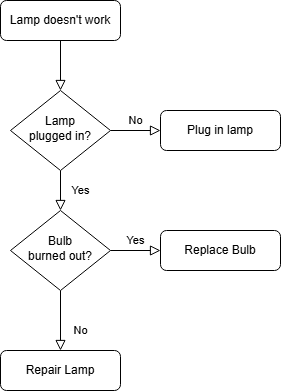
Earlier version of the draw.io export ex24.drawio.png (Scchmidt/Diagramas). Source tidied: cells renumbered, new cells last; positions are measured from the earlier drawing's top-left corner, leaving out a move shared by most shapes.
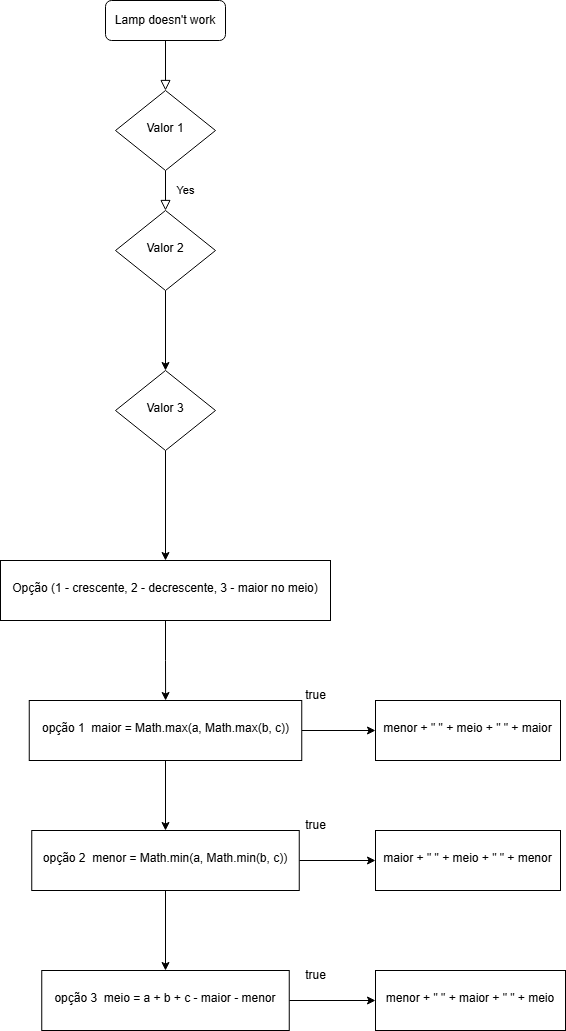
Above is the later version.

Diff of the diagram source:
```diff
@@ -11,29 +11,68 @@
     <mxCell id="4" value="Yes" style="rounded=0;html=1;jettySize=auto;fontSize=11;endArrow=block;endFill=0;endSize=8;strokeWidth=1;shadow=0;labelBackgroundColor=none;edgeStyle=orthogonalEdgeStyle;" parent="1" edge="1" source="6" target="10">
       <mxGeometry y="20" relative="1" as="geometry" />
     </mxCell>
-    <mxCell id="5" value="No" style="edgeStyle=orthogonalEdgeStyle;rounded=0;html=1;jettySize=auto;fontSize=11;endArrow=block;endFill=0;endSize=8;strokeWidth=1;shadow=0;labelBackgroundColor=none;" parent="1" edge="1" source="6" target="7">
-      <mxGeometry y="10" relative="1" as="geometry" />
-    </mxCell>
-    <mxCell id="6" value="Lamp&lt;br&gt;plugged in?" style="rhombus;whiteSpace=wrap;html=1;shadow=0;fontFamily=Helvetica;fontSize=12;align=center;strokeWidth=1;spacing=6;spacingTop=-4;" parent="1" vertex="1">
+    <mxCell id="6" value="Valor 1" style="rhombus;whiteSpace=wrap;html=1;shadow=0;fontFamily=Helvetica;fontSize=12;align=center;strokeWidth=1;spacing=6;spacingTop=-4;" parent="1" vertex="1">
       <mxGeometry x="10" y="90" width="100" height="80" as="geometry" />
     </mxCell>
-    <mxCell id="7" value="Plug in lamp" style="rounded=1;whiteSpace=wrap;html=1;fontSize=12;glass=0;strokeWidth=1;shadow=0;" parent="1" vertex="1">
-      <mxGeometry x="160" y="110" width="120" height="40" as="geometry" />
-    </mxCell>
-    <mxCell id="8" value="No" style="rounded=0;html=1;jettySize=auto;fontSize=11;endArrow=block;endFill=0;endSize=8;strokeWidth=1;shadow=0;labelBackgroundColor=none;edgeStyle=orthogonalEdgeStyle;" parent="1" edge="1" source="10" target="11">
-      <mxGeometry x="0.33" y="20" relative="1" as="geometry" />
-    </mxCell>
-    <mxCell id="9" value="Yes" style="edgeStyle=orthogonalEdgeStyle;rounded=0;html=1;jettySize=auto;fontSize=11;endArrow=block;endFill=0;endSize=8;strokeWidth=1;shadow=0;labelBackgroundColor=none;" parent="1" edge="1" source="10" target="12">
-      <mxGeometry y="10" relative="1" as="geometry" />
-    </mxCell>
+    <mxCell id="13" style="edgeStyle=orthogonalEdgeStyle;rounded=0;jettySize=auto;html=1;" parent="1" edge="1" source="10" target="15">
+      <mxGeometry relative="1" as="geometry" />
+    </mxCell>
-    <mxCell id="10" value="Bulb&lt;br&gt;burned out?" style="rhombus;whiteSpace=wrap;html=1;shadow=0;fontFamily=Helvetica;fontSize=12;align=center;strokeWidth=1;spacing=6;spacingTop=-4;" parent="1" vertex="1">
+    <mxCell id="10" value="Valor 2" style="rhombus;whiteSpace=wrap;html=1;shadow=0;fontFamily=Helvetica;fontSize=12;align=center;strokeWidth=1;spacing=6;spacingTop=-4;" parent="1" vertex="1">
       <mxGeometry x="10" y="210" width="100" height="80" as="geometry" />
     </mxCell>
-    <mxCell id="11" value="Repair Lamp" style="rounded=1;whiteSpace=wrap;html=1;fontSize=12;glass=0;strokeWidth=1;shadow=0;" parent="1" vertex="1">
-      <mxGeometry y="350" width="120" height="40" as="geometry" />
-    </mxCell>
-    <mxCell id="12" value="Replace Bulb" style="rounded=1;whiteSpace=wrap;html=1;fontSize=12;glass=0;strokeWidth=1;shadow=0;" parent="1" vertex="1">
-      <mxGeometry x="160" y="230" width="120" height="40" as="geometry" />
-    </mxCell>
+    <mxCell id="14" style="edgeStyle=orthogonalEdgeStyle;rounded=0;jettySize=auto;html=1;" parent="1" edge="1" source="15" target="17">
+      <mxGeometry relative="1" as="geometry" />
+    </mxCell>
+    <mxCell id="15" value="Valor 3" style="rhombus;whiteSpace=wrap;html=1;shadow=0;fontFamily=Helvetica;fontSize=12;align=center;strokeWidth=1;spacing=6;spacingTop=-4;" parent="1" vertex="1">
+      <mxGeometry x="10" y="370" width="100" height="80" as="geometry" />
+    </mxCell>
+    <mxCell id="16" style="edgeStyle=orthogonalEdgeStyle;rounded=0;jettySize=auto;html=1;" parent="1" edge="1" source="17" target="20">
+      <mxGeometry relative="1" as="geometry" />
+    </mxCell>
+    <mxCell id="17" value="Opção (1 - crescente, 2 - decrescente, 3 - maior no meio)" style="whiteSpace=wrap;html=1;shadow=0;strokeWidth=1;spacing=6;spacingTop=-4;" parent="1" vertex="1">
+      <mxGeometry x="-105" y="560" width="330" height="60" as="geometry" />
+    </mxCell>
+    <mxCell id="18" style="edgeStyle=orthogonalEdgeStyle;rounded=0;jettySize=auto;html=1;" parent="1" edge="1" source="20" target="23">
+      <mxGeometry relative="1" as="geometry" />
+    </mxCell>
+    <mxCell id="19" style="edgeStyle=orthogonalEdgeStyle;rounded=0;jettySize=auto;html=1;" parent="1" edge="1" source="20" target="26">
+      <mxGeometry relative="1" as="geometry" />
+    </mxCell>
+    <mxCell id="20" value="opção 1&amp;nbsp; maior = Math.max(a, Math.max(b, c))" style="whiteSpace=wrap;html=1;shadow=0;strokeWidth=1;spacing=6;spacingTop=-4;" parent="1" vertex="1">
+      <mxGeometry x="-76.2" y="700" width="272.5" height="60" as="geometry" />
+    </mxCell>
+    <mxCell id="21" style="edgeStyle=orthogonalEdgeStyle;rounded=0;jettySize=auto;html=1;" parent="1" edge="1" source="23" target="25">
+      <mxGeometry relative="1" as="geometry" />
+    </mxCell>
+    <mxCell id="22" style="edgeStyle=orthogonalEdgeStyle;rounded=0;jettySize=auto;html=1;" parent="1" edge="1" source="23" target="27">
+      <mxGeometry relative="1" as="geometry" />
+    </mxCell>
+    <mxCell id="23" value="opção 2&amp;nbsp; menor = Math.min(a, Math.min(b, c))" style="whiteSpace=wrap;html=1;shadow=0;strokeWidth=1;spacing=6;spacingTop=-4;" parent="1" vertex="1">
+      <mxGeometry x="-73.8" y="830" width="267.5" height="60" as="geometry" />
+    </mxCell>
+    <mxCell id="24" style="edgeStyle=orthogonalEdgeStyle;rounded=0;jettySize=auto;html=1;" parent="1" edge="1" source="25" target="28">
+      <mxGeometry relative="1" as="geometry" />
+    </mxCell>
+    <mxCell id="25" value="opção 3&amp;nbsp; meio = a + b + c - maior - menor" style="whiteSpace=wrap;html=1;shadow=0;strokeWidth=1;spacing=6;spacingTop=-4;" parent="1" vertex="1">
+      <mxGeometry x="-63.8" y="970" width="247.5" height="60" as="geometry" />
+    </mxCell>
+    <mxCell id="26" value="menor + &quot; &quot; + meio + &quot; &quot; + maior" style="whiteSpace=wrap;html=1;shadow=0;strokeWidth=1;spacing=6;spacingTop=-4;" parent="1" vertex="1">
+      <mxGeometry x="270" y="700" width="185" height="60" as="geometry" />
+    </mxCell>
+    <mxCell id="27" value="maior + &quot; &quot; + meio + &quot; &quot; + menor" style="whiteSpace=wrap;html=1;shadow=0;strokeWidth=1;spacing=6;spacingTop=-4;" parent="1" vertex="1">
+      <mxGeometry x="270" y="830" width="185" height="60" as="geometry" />
+    </mxCell>
+    <mxCell id="28" value="menor + &quot; &quot; + maior + &quot; &quot; + meio" style="whiteSpace=wrap;html=1;shadow=0;strokeWidth=1;spacing=6;spacingTop=-4;" parent="1" vertex="1">
+      <mxGeometry x="270" y="970" width="190" height="60" as="geometry" />
+    </mxCell>
+    <mxCell id="29" value="true" style="text;html=1;align=center;verticalAlign=middle;strokeColor=none;fillColor=none;" parent="1" vertex="1">
+      <mxGeometry x="190" y="680" width="40" height="30" as="geometry" />
+    </mxCell>
+    <mxCell id="30" value="true" style="text;html=1;align=center;verticalAlign=middle;strokeColor=none;fillColor=none;" parent="1" vertex="1">
+      <mxGeometry x="190" y="810" width="40" height="30" as="geometry" />
+    </mxCell>
+    <mxCell id="31" value="true" style="text;html=1;align=center;verticalAlign=middle;strokeColor=none;fillColor=none;" parent="1" vertex="1">
+      <mxGeometry x="190" y="960" width="40" height="30" as="geometry" />
+    </mxCell>
   </root>
 </mxGraphModel>
```
